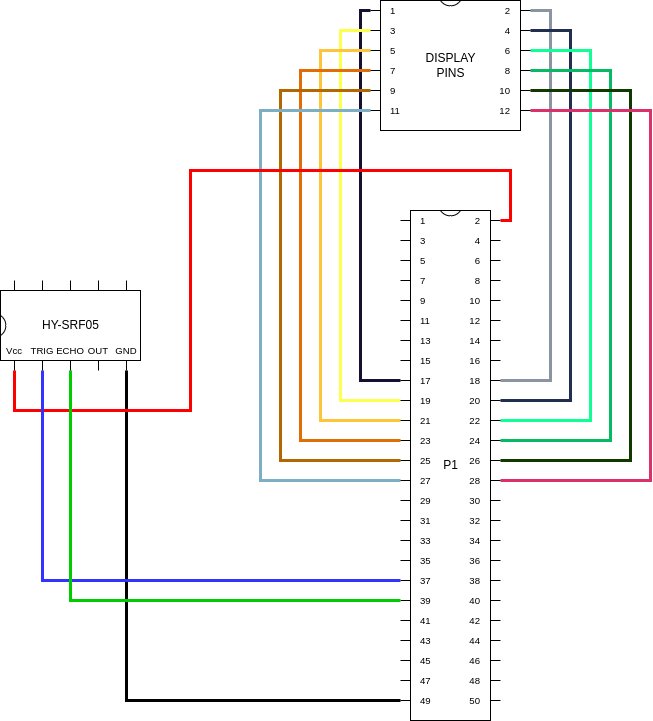
The draw.io diagram docs/resources/circuit.png in hungdojan/IMP_Project, before a commit. Source tidied: cells renumbered, new cells last; positions are measured from the earlier drawing's top-left corner, leaving out a move shared by most shapes. Its diagram source:
```xml
<mxGraphModel>
  <root>
    <mxCell id="0" />
    <mxCell id="1" parent="0" />
    <mxCell id="2" style="edgeStyle=orthogonalEdgeStyle;rounded=0;html=1;exitX=0;exitY=0;exitDx=0;exitDy=170;exitPerimeter=0;entryX=0;entryY=0;entryDx=0;entryDy=10;entryPerimeter=0;endArrow=none;endFill=0;strokeColor=#161032;strokeWidth=3;" parent="1" edge="1" source="14" target="15">
      <mxGeometry relative="1" as="geometry" />
    </mxCell>
    <mxCell id="3" style="edgeStyle=orthogonalEdgeStyle;rounded=0;html=1;exitX=0;exitY=0;exitDx=0;exitDy=190;exitPerimeter=0;entryX=0;entryY=0;entryDx=0;entryDy=30;entryPerimeter=0;endArrow=none;endFill=0;strokeColor=#FCFF4B;strokeWidth=3;" parent="1" edge="1" source="14" target="15">
      <mxGeometry relative="1" as="geometry">
        <Array as="points">
          <mxPoint x="340" y="400" />
          <mxPoint x="340" y="30" />
        </Array>
      </mxGeometry>
    </mxCell>
    <mxCell id="4" style="edgeStyle=orthogonalEdgeStyle;rounded=0;html=1;exitX=0;exitY=0;exitDx=0;exitDy=210;exitPerimeter=0;entryX=0;entryY=0;entryDx=0;entryDy=50;entryPerimeter=0;endArrow=none;endFill=0;strokeColor=#ffc53a;strokeWidth=3;" parent="1" edge="1" source="14" target="15">
      <mxGeometry relative="1" as="geometry">
        <Array as="points">
          <mxPoint x="320" y="420" />
          <mxPoint x="320" y="50" />
        </Array>
      </mxGeometry>
    </mxCell>
    <mxCell id="5" style="edgeStyle=orthogonalEdgeStyle;rounded=0;html=1;exitX=0;exitY=0;exitDx=0;exitDy=230;exitPerimeter=0;entryX=0;entryY=0;entryDx=0;entryDy=70;entryPerimeter=0;endArrow=none;endFill=0;strokeColor=#e06d06;strokeWidth=3;" parent="1" edge="1" source="14" target="15">
      <mxGeometry relative="1" as="geometry">
        <Array as="points">
          <mxPoint x="300" y="440" />
          <mxPoint x="300" y="70" />
        </Array>
      </mxGeometry>
    </mxCell>
    <mxCell id="6" style="edgeStyle=orthogonalEdgeStyle;rounded=0;html=1;exitX=0;exitY=0;exitDx=0;exitDy=250;exitPerimeter=0;entryX=0;entryY=0;entryDx=0;entryDy=90;entryPerimeter=0;endArrow=none;endFill=0;strokeColor=#b26700;strokeWidth=3;" parent="1" edge="1" source="14" target="15">
      <mxGeometry relative="1" as="geometry">
        <Array as="points">
          <mxPoint x="280" y="460" />
          <mxPoint x="280" y="90" />
        </Array>
      </mxGeometry>
    </mxCell>
    <mxCell id="7" style="edgeStyle=orthogonalEdgeStyle;rounded=0;html=1;exitX=0;exitY=0;exitDx=0;exitDy=270;exitPerimeter=0;entryX=0;entryY=0;entryDx=0;entryDy=110;entryPerimeter=0;endArrow=none;endFill=0;strokeColor=#7CAFC4;strokeWidth=3;" parent="1" edge="1" source="14" target="15">
      <mxGeometry relative="1" as="geometry">
        <Array as="points">
          <mxPoint x="260" y="480" />
          <mxPoint x="260" y="110" />
        </Array>
      </mxGeometry>
    </mxCell>
    <mxCell id="8" style="edgeStyle=orthogonalEdgeStyle;rounded=0;html=1;exitX=1;exitY=0;exitDx=0;exitDy=170;exitPerimeter=0;entryX=1;entryY=0;entryDx=0;entryDy=10;entryPerimeter=0;endArrow=none;endFill=0;strokeColor=#8b94a3;strokeWidth=3;" parent="1" edge="1" source="14" target="15">
      <mxGeometry relative="1" as="geometry">
        <Array as="points">
          <mxPoint x="550" y="380" />
          <mxPoint x="550" y="10" />
        </Array>
      </mxGeometry>
    </mxCell>
    <mxCell id="9" style="edgeStyle=orthogonalEdgeStyle;rounded=0;html=1;exitX=1;exitY=0;exitDx=0;exitDy=190;exitPerimeter=0;entryX=1;entryY=0;entryDx=0;entryDy=30;entryPerimeter=0;endArrow=none;endFill=0;strokeColor=#222e50;strokeWidth=3;" parent="1" edge="1" source="14" target="15">
      <mxGeometry relative="1" as="geometry">
        <Array as="points">
          <mxPoint x="570" y="400" />
          <mxPoint x="570" y="30" />
        </Array>
      </mxGeometry>
    </mxCell>
    <mxCell id="10" style="edgeStyle=orthogonalEdgeStyle;rounded=0;html=1;exitX=1;exitY=0;exitDx=0;exitDy=210;exitPerimeter=0;entryX=1;entryY=0;entryDx=0;entryDy=50;entryPerimeter=0;endArrow=none;endFill=0;strokeColor=#0fff95;strokeWidth=3;" parent="1" edge="1" source="14" target="15">
      <mxGeometry relative="1" as="geometry">
        <Array as="points">
          <mxPoint x="590" y="420" />
          <mxPoint x="590" y="50" />
        </Array>
      </mxGeometry>
    </mxCell>
    <mxCell id="11" style="edgeStyle=orthogonalEdgeStyle;rounded=0;html=1;exitX=1;exitY=0;exitDx=0;exitDy=230;exitPerimeter=0;entryX=1;entryY=0;entryDx=0;entryDy=70;entryPerimeter=0;endArrow=none;endFill=0;strokeColor=#06ba63;strokeWidth=3;" parent="1" edge="1" source="14" target="15">
      <mxGeometry relative="1" as="geometry">
        <Array as="points">
          <mxPoint x="610" y="440" />
          <mxPoint x="610" y="70" />
        </Array>
      </mxGeometry>
    </mxCell>
    <mxCell id="12" style="edgeStyle=orthogonalEdgeStyle;rounded=0;html=1;exitX=1;exitY=0;exitDx=0;exitDy=250;exitPerimeter=0;entryX=1;entryY=0;entryDx=0;entryDy=90;entryPerimeter=0;endArrow=none;endFill=0;strokeColor=#103900;strokeWidth=3;" parent="1" edge="1" source="14" target="15">
      <mxGeometry relative="1" as="geometry">
        <Array as="points">
          <mxPoint x="630" y="460" />
          <mxPoint x="630" y="90" />
        </Array>
      </mxGeometry>
    </mxCell>
    <mxCell id="13" style="edgeStyle=orthogonalEdgeStyle;rounded=0;html=1;exitX=1;exitY=0;exitDx=0;exitDy=270;exitPerimeter=0;entryX=1;entryY=0;entryDx=0;entryDy=110;entryPerimeter=0;endArrow=none;endFill=0;strokeColor=#db3069;strokeWidth=3;" parent="1" edge="1" source="14" target="15">
      <mxGeometry relative="1" as="geometry">
        <Array as="points">
          <mxPoint x="650" y="480" />
          <mxPoint x="650" y="110" />
        </Array>
      </mxGeometry>
    </mxCell>
    <mxCell id="14" value="P1" style="shadow=0;dashed=0;align=center;html=1;strokeWidth=1;shape=mxgraph.electrical.logic_gates.dual_inline_ic;labelNames=1,3,5,7,9,11,13,15,17,19,21,23,25,27,29,31,33,35,37,39,41,43,45,47,49,50,48,46,44,42,40,38,36,34,32,30,28,26,24,22,20,18,16,14,12,10,8,6,4,2;labelCount=50;pinLabelType=cust;" parent="1" vertex="1">
      <mxGeometry x="400" y="210" width="100" height="510" as="geometry" />
    </mxCell>
    <mxCell id="15" value="DISPLAY&lt;br&gt;PINS" style="shadow=0;dashed=0;align=center;html=1;strokeWidth=1;shape=mxgraph.electrical.logic_gates.dual_inline_ic;labelNames=1,3,5,7,9,11,12,10,8,6,4,2;pinLabelType=cust;labelCount=12;" parent="1" vertex="1">
      <mxGeometry x="370" width="160" height="130" as="geometry" />
    </mxCell>
    <mxCell id="16" style="edgeStyle=orthogonalEdgeStyle;html=1;exitX=0;exitY=1;exitDx=126;exitDy=0;exitPerimeter=0;entryX=0;entryY=0;entryDx=0;entryDy=490;entryPerimeter=0;rounded=0;strokeWidth=3;endArrow=none;endFill=0;" parent="1" edge="1" source="20" target="14">
      <mxGeometry relative="1" as="geometry" />
    </mxCell>
    <mxCell id="17" style="edgeStyle=orthogonalEdgeStyle;html=1;exitX=0;exitY=1;exitDx=14;exitDy=0;exitPerimeter=0;entryX=1;entryY=0;entryDx=0;entryDy=10;entryPerimeter=0;strokeColor=#FF0000;rounded=0;endArrow=none;endFill=0;strokeWidth=3;" parent="1" edge="1" source="20" target="14">
      <mxGeometry relative="1" as="geometry">
        <Array as="points">
          <mxPoint x="14" y="410" />
          <mxPoint x="190" y="410" />
          <mxPoint x="190" y="170" />
          <mxPoint x="510" y="170" />
          <mxPoint x="510" y="220" />
        </Array>
      </mxGeometry>
    </mxCell>
    <mxCell id="18" style="edgeStyle=orthogonalEdgeStyle;rounded=0;html=1;exitX=0;exitY=1;exitDx=42;exitDy=0;exitPerimeter=0;entryX=0;entryY=0;entryDx=0;entryDy=370;entryPerimeter=0;endArrow=none;endFill=0;strokeColor=#3333FF;strokeWidth=3;" parent="1" edge="1" source="20" target="14">
      <mxGeometry relative="1" as="geometry" />
    </mxCell>
    <mxCell id="19" style="edgeStyle=orthogonalEdgeStyle;rounded=0;html=1;exitX=0;exitY=1;exitDx=70;exitDy=0;exitPerimeter=0;entryX=0;entryY=0;entryDx=0;entryDy=390;entryPerimeter=0;endArrow=none;endFill=0;strokeColor=#00CC00;strokeWidth=3;" parent="1" edge="1" source="20" target="14">
      <mxGeometry relative="1" as="geometry" />
    </mxCell>
    <mxCell id="20" value="HY-SRF05" style="shadow=0;dashed=0;align=center;html=1;strokeWidth=1;shape=mxgraph.electrical.logic_gates.dual_inline_ic;labelNames=Vcc,TRIG,ECHO,OUT,GND;startPin=w;pinSpacing=28;labelCount=5;pinLabelType=cust;portConstraint=none;perimeter=rectanglePerimeter;snapToPoint=0;portConstraintRotation=0;" parent="1" vertex="1">
      <mxGeometry y="280" width="140" height="90" as="geometry" />
    </mxCell>
  </root>
</mxGraphModel>
```
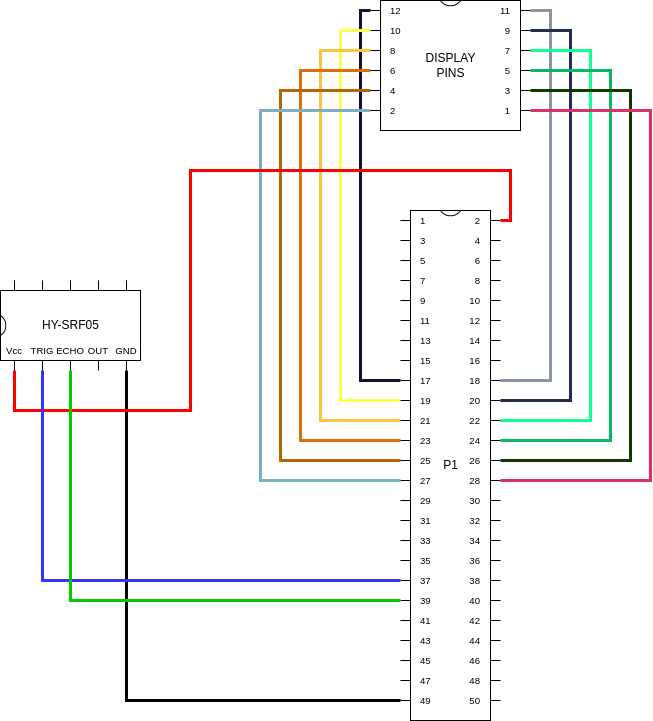
After the change.

Commit message:
Circuit diagram fix

The edit, as a diff of the source:
```diff
@@ -96,7 +96,7 @@
     <mxCell id="14" value="P1" style="shadow=0;dashed=0;align=center;html=1;strokeWidth=1;shape=mxgraph.electrical.logic_gates.dual_inline_ic;labelNames=1,3,5,7,9,11,13,15,17,19,21,23,25,27,29,31,33,35,37,39,41,43,45,47,49,50,48,46,44,42,40,38,36,34,32,30,28,26,24,22,20,18,16,14,12,10,8,6,4,2;labelCount=50;pinLabelType=cust;" parent="1" vertex="1">
       <mxGeometry x="400" y="210" width="100" height="510" as="geometry" />
     </mxCell>
-    <mxCell id="15" value="DISPLAY&lt;br&gt;PINS" style="shadow=0;dashed=0;align=center;html=1;strokeWidth=1;shape=mxgraph.electrical.logic_gates.dual_inline_ic;labelNames=1,3,5,7,9,11,12,10,8,6,4,2;pinLabelType=cust;labelCount=12;" parent="1" vertex="1">
+    <mxCell id="15" value="DISPLAY&lt;br&gt;PINS" style="shadow=0;dashed=0;align=center;html=1;strokeWidth=1;shape=mxgraph.electrical.logic_gates.dual_inline_ic;labelNames=12,10,8,6,4,2,1,3,5,7,9,11;pinLabelType=cust;labelCount=12;" parent="1" vertex="1">
       <mxGeometry x="370" width="160" height="130" as="geometry" />
     </mxCell>
     <mxCell id="16" style="edgeStyle=orthogonalEdgeStyle;html=1;exitX=0;exitY=1;exitDx=126;exitDy=0;exitPerimeter=0;entryX=0;entryY=0;entryDx=0;entryDy=490;entryPerimeter=0;rounded=0;strokeWidth=3;endArrow=none;endFill=0;" parent="1" edge="1" source="20" target="14">
```
